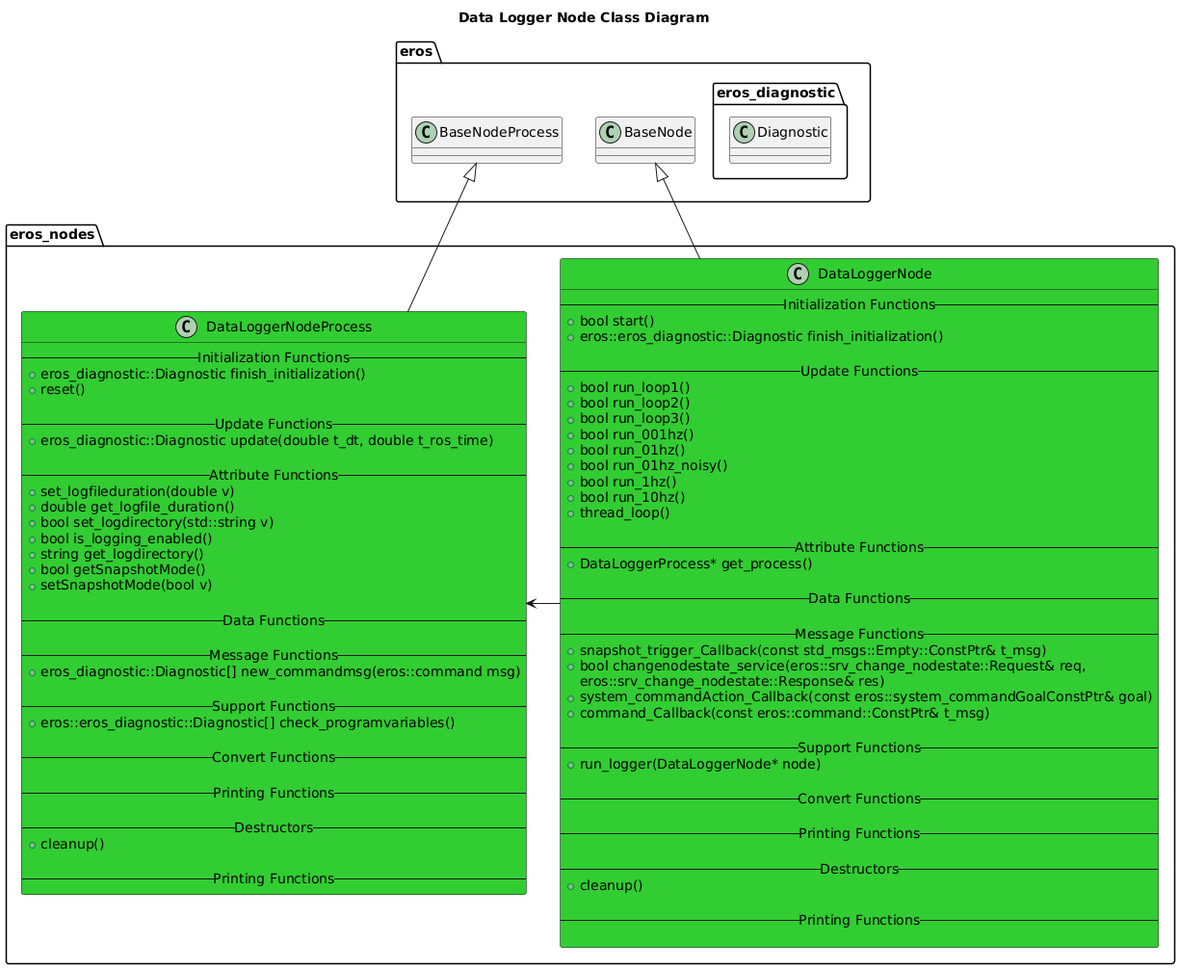
dgitz/eros keeps this PlantUML diagram as nodes/DataLoggerNode/doc/output/DataLoggerNodeClassDiagram.png. Above is the earlier version.
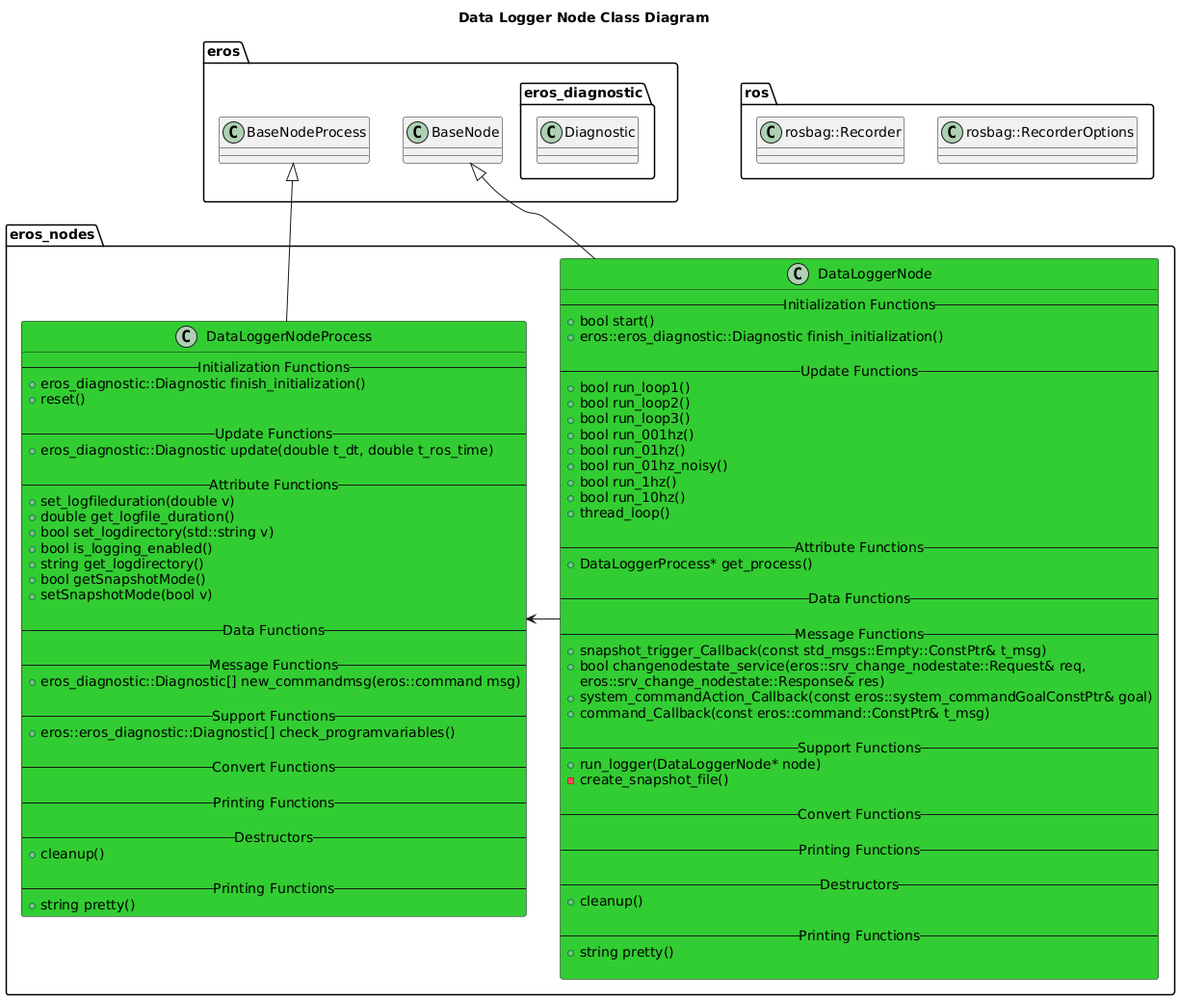
After the change.

Change to the diagram source:
```diff
@@ -1,5 +1,9 @@
 @startuml
 title Data Logger Node Class Diagram
+package ros {
+    class rosbag::RecorderOptions
+    class rosbag::Recorder
+}
 package eros {
     class BaseNode
     class BaseNodeProcess
@@ -38,6 +42,7 @@
 
         -- Support Functions --
         +run_logger(DataLoggerNode* node)
+        -create_snapshot_file()
 
         -- Convert Functions --
 
@@ -47,6 +52,7 @@
         +cleanup()
 
         -- Printing Functions --
+        +string pretty()
 
     }
     class DataLoggerNodeProcess #LimeGreen {
@@ -82,6 +88,7 @@
         +cleanup()
 
         -- Printing Functions --
+        +string pretty()
     }
 
     BaseNode <|-- DataLoggerNode
```
